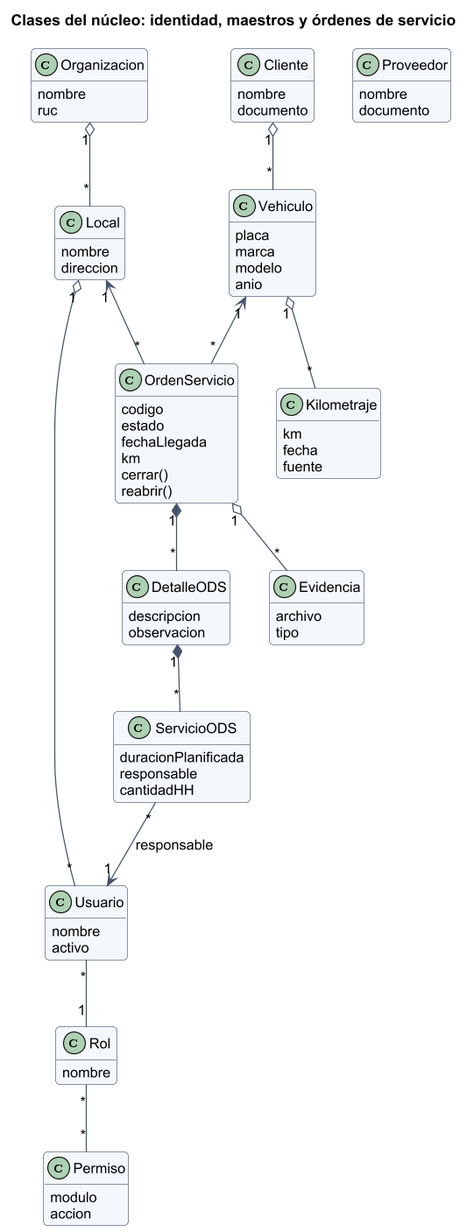
Before: diagramas/R81_consolidados/png/DCL-R81-0001_clases_nucleo_clientes_vehiculos_ods.png, a diagram exported from PlantUML (AlvaroMachaca05Dev/Tesis_Posventa). Its diagram source:
```plantuml
@startuml
skinparam shadowing false
skinparam defaultFontName Arial
skinparam defaultFontSize 13
skinparam dpi 120
skinparam roundCorner 8
skinparam ArrowColor #44546a
skinparam ClassBackgroundColor #f4f8fc
skinparam ClassBorderColor #44546a
skinparam PackageBackgroundColor #ffffff
skinparam NoteBackgroundColor #fff8e1
hide empty members
skinparam classAttributeIconSize 0

title Clases del núcleo: identidad, maestros y órdenes de servicio
class Organizacion {
  nombre\nruc
}
class Local {
  nombre\ndireccion
}
class Usuario {
  nombre\nactivo
}
class Rol {
  nombre
}
class Permiso {
  modulo\naccion
}
class Cliente {
  nombre\ndocumento
}
class Vehiculo {
  placa\nmarca\nmodelo\nanio
}
class Proveedor {
  nombre\ndocumento
}
class Kilometraje {
  km\nfecha\nfuente
}
class OrdenServicio {
  codigo\nestado\nfechaLlegada\nkm\ncerrar()\nreabrir()
}
class DetalleODS {
  descripcion\nobservacion
}
class ServicioODS {
  duracionPlanificada\nresponsable\ncantidadHH
}
class Evidencia {
  archivo\ntipo
}
Organizacion "1" o-- "*" Local
Local "1" o-- "*" Usuario
Usuario "*" -- "1" Rol
Rol "*" -- "*" Permiso
Cliente "1" o-- "*" Vehiculo
Vehiculo "1" o-- "*" Kilometraje
Vehiculo "1" <-- "*" OrdenServicio
Local "1" <-- "*" OrdenServicio
OrdenServicio "1" *-- "*" DetalleODS
DetalleODS "1" *-- "*" ServicioODS
OrdenServicio "1" o-- "*" Evidencia
ServicioODS "*" --> "1" Usuario : responsable
@enduml
```
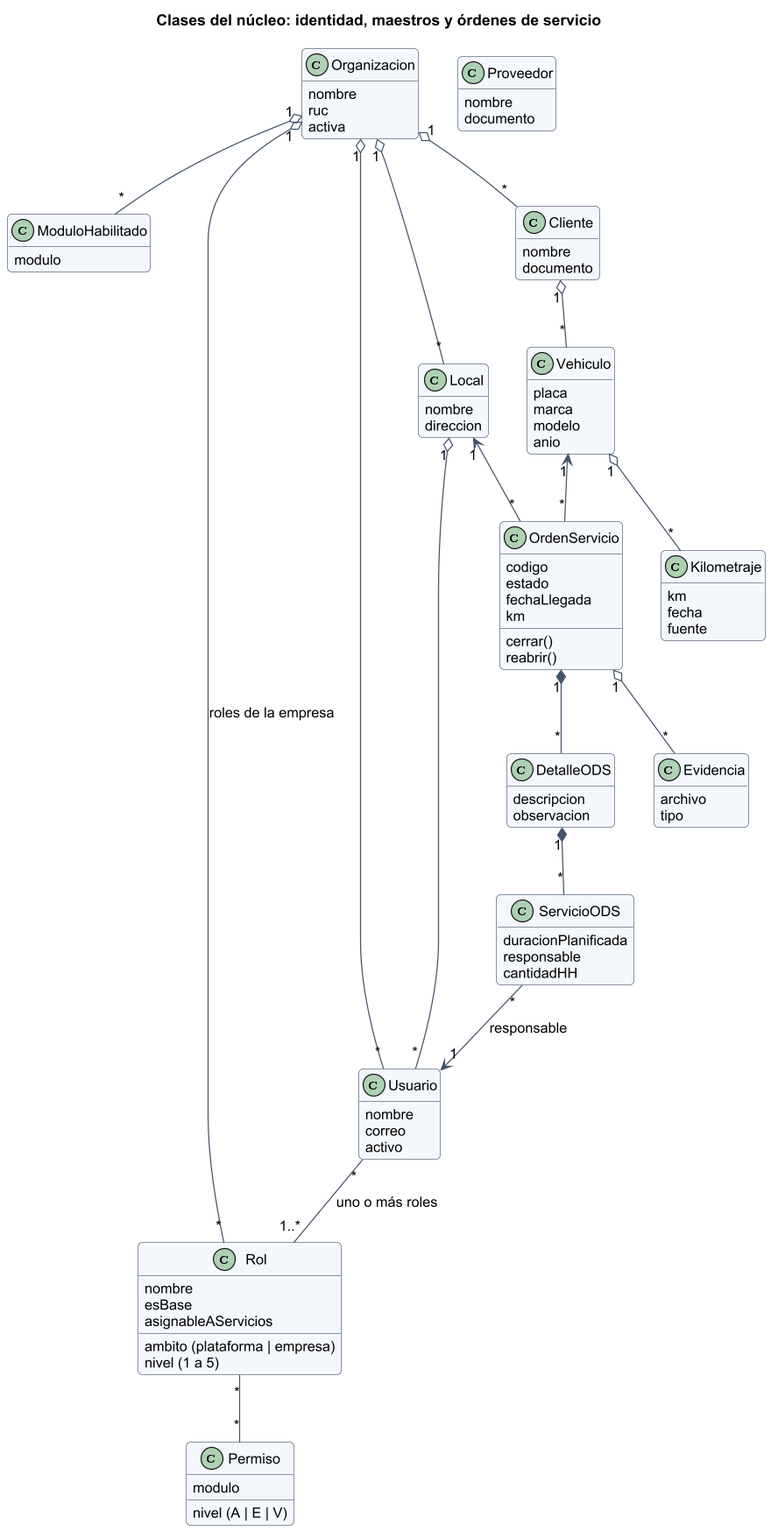
The same file after the commit.

The edit, as a diff of the source:
```diff
@@ -14,48 +14,81 @@
 
 title Clases del núcleo: identidad, maestros y órdenes de servicio
 class Organizacion {
-  nombre\nruc
+  nombre
+  ruc
+  activa
+}
+class ModuloHabilitado {
+  modulo
 }
 class Local {
-  nombre\ndireccion
+  nombre
+  direccion
 }
 class Usuario {
-  nombre\nactivo
+  nombre
+  correo
+  activo
 }
 class Rol {
   nombre
+  ambito (plataforma | empresa)
+  esBase
+  nivel (1 a 5)
+  asignableAServicios
 }
 class Permiso {
-  modulo\naccion
+  modulo
+  nivel (A | E | V)
 }
 class Cliente {
-  nombre\ndocumento
+  nombre
+  documento
 }
 class Vehiculo {
-  placa\nmarca\nmodelo\nanio
+  placa
+  marca
+  modelo
+  anio
 }
 class Proveedor {
-  nombre\ndocumento
+  nombre
+  documento
 }
 class Kilometraje {
-  km\nfecha\nfuente
+  km
+  fecha
+  fuente
 }
 class OrdenServicio {
-  codigo\nestado\nfechaLlegada\nkm\ncerrar()\nreabrir()
+  codigo
+  estado
+  fechaLlegada
+  km
+  cerrar()
+  reabrir()
 }
 class DetalleODS {
-  descripcion\nobservacion
+  descripcion
+  observacion
 }
 class ServicioODS {
-  duracionPlanificada\nresponsable\ncantidadHH
+  duracionPlanificada
+  responsable
+  cantidadHH
 }
 class Evidencia {
-  archivo\ntipo
+  archivo
+  tipo
 }
 Organizacion "1" o-- "*" Local
+Organizacion "1" o-- "*" ModuloHabilitado
+Organizacion "1" o-- "*" Rol : roles de la empresa
+Organizacion "1" o-- "*" Usuario
 Local "1" o-- "*" Usuario
-Usuario "*" -- "1" Rol
+Usuario "*" -- "1..*" Rol : uno o más roles
 Rol "*" -- "*" Permiso
+Organizacion "1" o-- "*" Cliente
 Cliente "1" o-- "*" Vehiculo
 Vehiculo "1" o-- "*" Kilometraje
 Vehiculo "1" <-- "*" OrdenServicio
```
